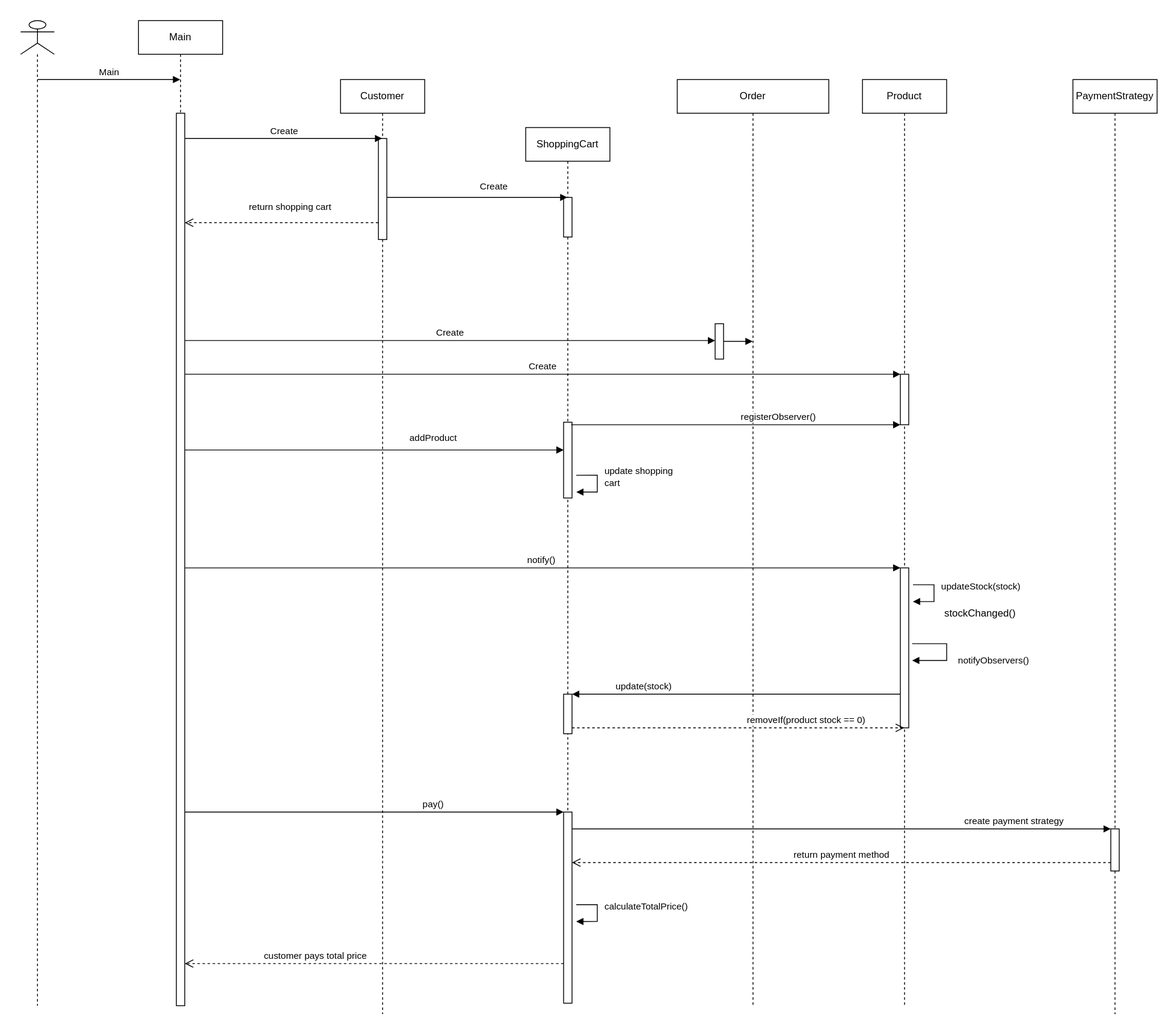
The draw.io diagram Diagrams/Sequence Diagram.svg in sinanisik/Software-Design-Patterns-Project-1, before a commit. Source tidied: cells renumbered, new cells last; positions are measured from the earlier drawing's top-left corner, leaving out a move shared by most shapes. The source it was exported from:
```xml
<mxGraphModel>
  <root>
    <mxCell id="0" />
    <mxCell id="1" parent="0" />
    <mxCell id="2" style="shape=umlLifeline;participant=umlActor;perimeter=lifelinePerimeter;whiteSpace=wrap;html=1;verticalAlign=top;spacingTop=36;" parent="1" vertex="1">
      <mxGeometry width="40" height="1170" as="geometry" />
    </mxCell>
    <mxCell id="3" value="Main" style="shape=umlLifeline;perimeter=lifelinePerimeter;whiteSpace=wrap;html=1;outlineConnect=0;" parent="1" vertex="1">
      <mxGeometry x="140" width="100" height="1170" as="geometry" />
    </mxCell>
    <mxCell id="4" style="html=1;points=[];perimeter=orthogonalPerimeter;" parent="3" vertex="1">
      <mxGeometry x="45" y="110" width="10" height="1060" as="geometry" />
    </mxCell>
    <mxCell id="5" value="Customer" style="shape=umlLifeline;perimeter=lifelinePerimeter;whiteSpace=wrap;html=1;outlineConnect=0;" parent="1" vertex="1">
      <mxGeometry x="380" y="70" width="100" height="1110" as="geometry" />
    </mxCell>
    <mxCell id="6" style="html=1;points=[];perimeter=orthogonalPerimeter;" parent="5" vertex="1">
      <mxGeometry x="45" y="70" width="10" height="120" as="geometry" />
    </mxCell>
    <mxCell id="7" value="ShoppingCart" style="shape=umlLifeline;perimeter=lifelinePerimeter;whiteSpace=wrap;html=1;outlineConnect=0;" parent="1" vertex="1">
      <mxGeometry x="600" y="127" width="100" height="1040" as="geometry" />
    </mxCell>
    <mxCell id="8" style="html=1;perimeter=orthogonalPerimeter;" parent="7" vertex="1">
      <mxGeometry x="45" y="83" width="10" height="47" as="geometry" />
    </mxCell>
    <mxCell id="9" style="html=1;points=[];perimeter=orthogonalPerimeter;" parent="7" vertex="1">
      <mxGeometry x="45" y="350" width="10" height="90" as="geometry" />
    </mxCell>
    <mxCell id="10" style="html=1;points=[];perimeter=orthogonalPerimeter;" parent="7" vertex="1">
      <mxGeometry x="45" y="673" width="10" height="47" as="geometry" />
    </mxCell>
    <mxCell id="11" style="html=1;points=[];perimeter=orthogonalPerimeter;" parent="7" vertex="1">
      <mxGeometry x="45" y="813" width="10" height="227" as="geometry" />
    </mxCell>
    <mxCell id="12" value="Product" style="shape=umlLifeline;perimeter=lifelinePerimeter;whiteSpace=wrap;html=1;outlineConnect=0;" parent="1" vertex="1">
      <mxGeometry x="1000" y="70" width="100" height="1100" as="geometry" />
    </mxCell>
    <mxCell id="13" style="html=1;points=[];perimeter=orthogonalPerimeter;" parent="12" vertex="1">
      <mxGeometry x="45" y="350" width="10" height="60" as="geometry" />
    </mxCell>
    <mxCell id="14" style="html=1;points=[];perimeter=orthogonalPerimeter;" parent="12" vertex="1">
      <mxGeometry x="45" y="580" width="10" height="190" as="geometry" />
    </mxCell>
    <mxCell id="15" value="Order" style="shape=umlLifeline;perimeter=lifelinePerimeter;whiteSpace=wrap;html=1;outlineConnect=0;" parent="1" vertex="1">
      <mxGeometry x="780" y="70" width="180" height="1100" as="geometry" />
    </mxCell>
    <mxCell id="16" style="html=1;points=[];perimeter=orthogonalPerimeter;" parent="15" vertex="1">
      <mxGeometry x="45" y="290" width="10" height="42" as="geometry" />
    </mxCell>
    <mxCell id="17" style="html=1;verticalAlign=bottom;endArrow=block;" parent="15" edge="1" source="16" target="15">
      <mxGeometry relative="1" as="geometry" />
    </mxCell>
    <mxCell id="18" value="PaymentStrategy" style="shape=umlLifeline;perimeter=lifelinePerimeter;whiteSpace=wrap;html=1;" parent="1" vertex="1">
      <mxGeometry x="1250" y="70" width="100" height="1110" as="geometry" />
    </mxCell>
    <mxCell id="19" style="html=1;points=[];perimeter=orthogonalPerimeter;" parent="18" vertex="1">
      <mxGeometry x="45" y="890" width="10" height="50" as="geometry" />
    </mxCell>
    <mxCell id="20" value="Main" style="html=1;verticalAlign=bottom;endArrow=block;" parent="1" edge="1" target="3">
      <mxGeometry relative="1" as="geometry">
        <mxPoint x="20" y="70" as="sourcePoint" />
      </mxGeometry>
    </mxCell>
    <mxCell id="21" value="Create" style="html=1;verticalAlign=bottom;endArrow=block;" parent="1" edge="1" target="5">
      <mxGeometry relative="1" as="geometry">
        <mxPoint x="195" y="140" as="sourcePoint" />
      </mxGeometry>
    </mxCell>
    <mxCell id="22" value="Create" style="html=1;verticalAlign=bottom;endArrow=block;" parent="1" edge="1" source="6" target="7">
      <mxGeometry x="0.18" y="4" relative="1" as="geometry">
        <Array as="points">
          <mxPoint x="610" y="210" />
        </Array>
      </mxGeometry>
    </mxCell>
    <mxCell id="23" value="return shopping cart" style="html=1;verticalAlign=bottom;endArrow=open;dashed=1;endSize=8;" parent="1" edge="1" source="6" target="4">
      <mxGeometry x="-0.09" y="-10" relative="1" as="geometry">
        <Array as="points">
          <mxPoint x="350" y="240" />
        </Array>
      </mxGeometry>
    </mxCell>
    <mxCell id="24" value="Create" style="html=1;verticalAlign=bottom;endArrow=block;" parent="1" edge="1" source="4" target="13">
      <mxGeometry relative="1" as="geometry">
        <Array as="points">
          <mxPoint x="715" y="420" />
        </Array>
      </mxGeometry>
    </mxCell>
    <mxCell id="25" value="Create" style="html=1;verticalAlign=bottom;endArrow=block;" parent="1" edge="1" source="4" target="16">
      <mxGeometry x="0.67" y="-210" relative="1" as="geometry">
        <Array as="points">
          <mxPoint x="720" y="380" />
        </Array>
        <mxPoint x="-210" y="-210" as="offset" />
      </mxGeometry>
    </mxCell>
    <mxCell id="26" value="registerObserver()" style="html=1;verticalAlign=bottom;endArrow=block;entryX=0.1;entryY=0.889;entryDx=0;entryDy=0;entryPerimeter=0;" parent="1" edge="1">
      <mxGeometry x="0.26" relative="1" as="geometry">
        <mxPoint x="654" y="480" as="sourcePoint" />
        <mxPoint x="1045" y="480" as="targetPoint" />
        <Array as="points">
          <mxPoint x="834" y="480" />
        </Array>
      </mxGeometry>
    </mxCell>
    <mxCell id="27" value="addProduct" style="html=1;verticalAlign=bottom;endArrow=block;" parent="1" edge="1" source="4" target="9">
      <mxGeometry x="0.31" y="5" relative="1" as="geometry">
        <Array as="points">
          <mxPoint x="320" y="510" />
        </Array>
      </mxGeometry>
    </mxCell>
    <mxCell id="28" value="update shopping&lt;br&gt;cart" style="edgeStyle=orthogonalEdgeStyle;html=1;align=left;spacingLeft=2;endArrow=block;rounded=0;entryX=1.5;entryY=0.922;entryDx=0;entryDy=0;entryPerimeter=0;" parent="1" edge="1" target="9">
      <mxGeometry x="-0.23" y="5" relative="1" as="geometry">
        <mxPoint x="660" y="540" as="sourcePoint" />
        <Array as="points">
          <mxPoint x="685" y="540" />
          <mxPoint x="685" y="560" />
        </Array>
      </mxGeometry>
    </mxCell>
    <mxCell id="29" value="notify()&amp;nbsp;" style="html=1;verticalAlign=bottom;endArrow=block;" parent="1" edge="1" source="4" target="14">
      <mxGeometry relative="1" as="geometry">
        <Array as="points">
          <mxPoint x="720" y="650" />
        </Array>
      </mxGeometry>
    </mxCell>
    <mxCell id="30" value="update(stock)" style="html=1;verticalAlign=bottom;endArrow=block;" parent="1" edge="1" source="14" target="10">
      <mxGeometry x="0.57" relative="1" as="geometry">
        <mxPoint x="1" as="offset" />
      </mxGeometry>
    </mxCell>
    <mxCell id="31" value="removeIf(product stock == 0)" style="html=1;verticalAlign=bottom;endArrow=open;dashed=1;endSize=8;" parent="1" edge="1" source="10" target="12">
      <mxGeometry x="0.41" relative="1" as="geometry">
        <Array as="points">
          <mxPoint x="680" y="840" />
        </Array>
      </mxGeometry>
    </mxCell>
    <mxCell id="32" value="updateStock(stock)" style="edgeStyle=orthogonalEdgeStyle;html=1;align=left;spacingLeft=2;endArrow=block;rounded=0;entryX=1.5;entryY=0.922;entryDx=0;entryDy=0;entryPerimeter=0;" parent="1" edge="1">
      <mxGeometry x="-0.23" y="5" relative="1" as="geometry">
        <mxPoint x="1060" y="670.1" as="sourcePoint" />
        <mxPoint x="1060" y="690" as="targetPoint" />
        <Array as="points">
          <mxPoint x="1085" y="670.1" />
          <mxPoint x="1085" y="690.1" />
        </Array>
      </mxGeometry>
    </mxCell>
    <mxCell id="33" value="stockChanged()" style="text;align=center;fontStyle=0;verticalAlign=middle;spacingLeft=3;spacingRight=3;strokeColor=none;" parent="1" vertex="1">
      <mxGeometry x="1100" y="690" width="80" height="26" as="geometry" />
    </mxCell>
    <mxCell id="34" value="notifyObservers()" style="edgeStyle=orthogonalEdgeStyle;html=1;align=left;spacingLeft=2;endArrow=block;rounded=0;entryX=1.5;entryY=0.922;entryDx=0;entryDy=0;entryPerimeter=0;" parent="1" edge="1">
      <mxGeometry x="0.19" y="10" relative="1" as="geometry">
        <mxPoint x="1059" y="740.1" as="sourcePoint" />
        <mxPoint x="1059" y="760" as="targetPoint" />
        <Array as="points">
          <mxPoint x="1100" y="740" />
          <mxPoint x="1100" y="760" />
        </Array>
        <mxPoint x="10" y="-10" as="offset" />
      </mxGeometry>
    </mxCell>
    <mxCell id="35" value="pay()" style="html=1;verticalAlign=bottom;endArrow=block;" parent="1" edge="1" source="4" target="11">
      <mxGeometry x="0.31" relative="1" as="geometry">
        <Array as="points">
          <mxPoint x="450" y="940" />
        </Array>
      </mxGeometry>
    </mxCell>
    <mxCell id="36" value="create payment strategy" style="html=1;verticalAlign=bottom;endArrow=block;" parent="1" edge="1" source="11" target="19">
      <mxGeometry x="0.64" relative="1" as="geometry">
        <Array as="points">
          <mxPoint x="924" y="960" />
        </Array>
      </mxGeometry>
    </mxCell>
    <mxCell id="37" value="return payment method" style="html=1;verticalAlign=bottom;endArrow=open;dashed=1;endSize=8;" parent="1" edge="1" source="19" target="11">
      <mxGeometry relative="1" as="geometry">
        <Array as="points">
          <mxPoint x="1240" y="1000" />
        </Array>
      </mxGeometry>
    </mxCell>
    <mxCell id="38" value="customer pays total price" style="html=1;verticalAlign=bottom;endArrow=open;dashed=1;endSize=8;" parent="1" edge="1" source="11" target="4">
      <mxGeometry x="0.31" relative="1" as="geometry">
        <Array as="points">
          <mxPoint x="600" y="1120" />
          <mxPoint x="475" y="1120" />
          <mxPoint x="300" y="1120" />
        </Array>
      </mxGeometry>
    </mxCell>
    <mxCell id="39" value="calculateTotalPrice()" style="edgeStyle=orthogonalEdgeStyle;html=1;align=left;spacingLeft=2;endArrow=block;rounded=0;entryX=1.5;entryY=0.922;entryDx=0;entryDy=0;entryPerimeter=0;" parent="1" edge="1">
      <mxGeometry x="-0.23" y="5" relative="1" as="geometry">
        <mxPoint x="660" y="1050.1" as="sourcePoint" />
        <mxPoint x="660" y="1070" as="targetPoint" />
        <Array as="points">
          <mxPoint x="685" y="1050.1" />
          <mxPoint x="685" y="1070.1" />
        </Array>
      </mxGeometry>
    </mxCell>
  </root>
</mxGraphModel>
```
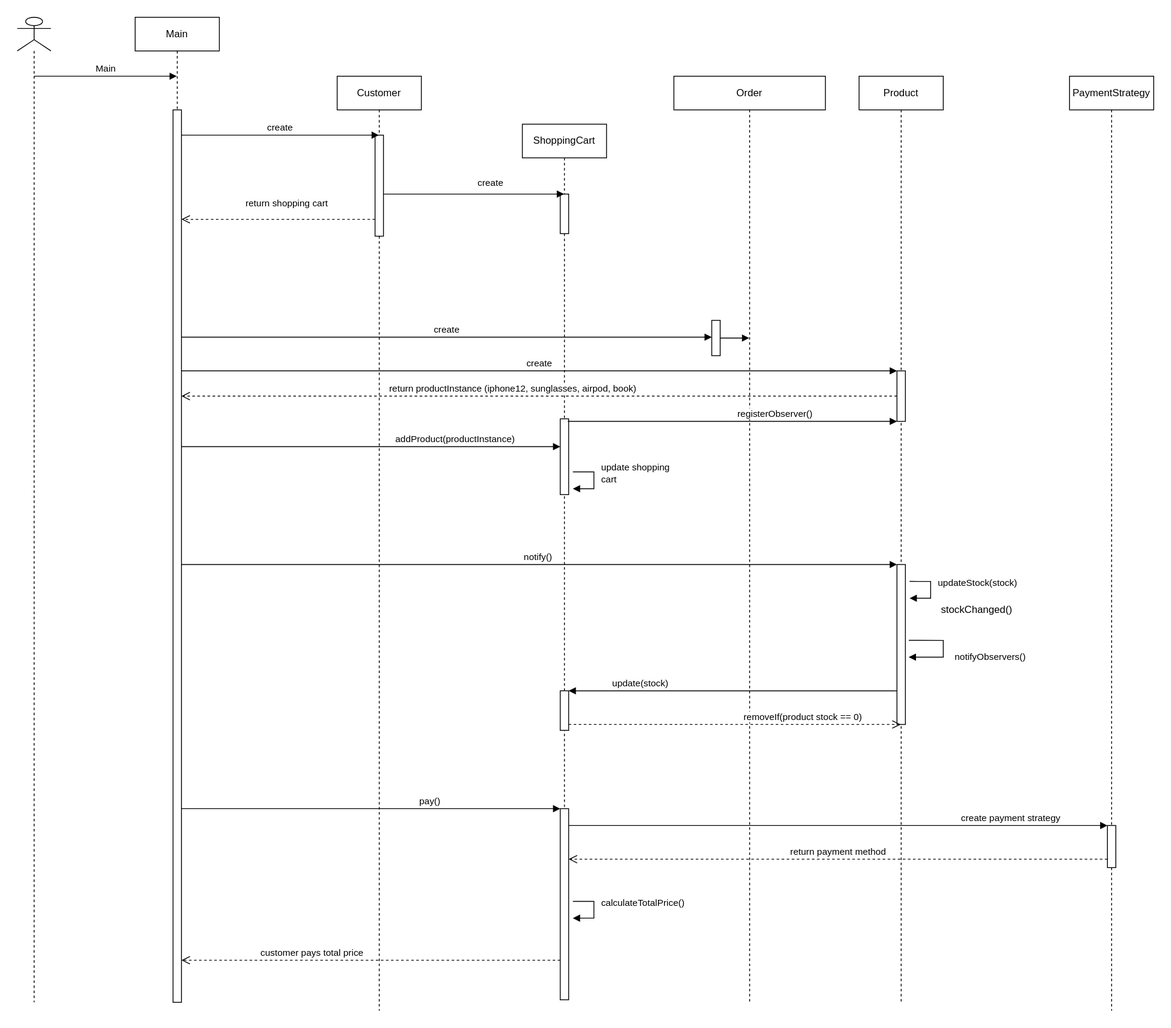
Later version of the same file.

What changed in the source:
```diff
@@ -61,12 +61,12 @@
         <mxPoint x="20" y="70" as="sourcePoint" />
       </mxGeometry>
     </mxCell>
-    <mxCell id="21" value="Create" style="html=1;verticalAlign=bottom;endArrow=block;" parent="1" edge="1" target="5">
+    <mxCell id="21" value="create" style="html=1;verticalAlign=bottom;endArrow=block;" parent="1" edge="1" target="5">
       <mxGeometry relative="1" as="geometry">
         <mxPoint x="195" y="140" as="sourcePoint" />
       </mxGeometry>
     </mxCell>
-    <mxCell id="22" value="Create" style="html=1;verticalAlign=bottom;endArrow=block;" parent="1" edge="1" source="6" target="7">
+    <mxCell id="22" value="create" style="html=1;verticalAlign=bottom;endArrow=block;" parent="1" edge="1" source="6" target="7">
       <mxGeometry x="0.18" y="4" relative="1" as="geometry">
         <Array as="points">
           <mxPoint x="610" y="210" />
@@ -80,14 +80,14 @@
         </Array>
       </mxGeometry>
     </mxCell>
-    <mxCell id="24" value="Create" style="html=1;verticalAlign=bottom;endArrow=block;" parent="1" edge="1" source="4" target="13">
+    <mxCell id="24" value="create" style="html=1;verticalAlign=bottom;endArrow=block;" parent="1" edge="1" source="4" target="13">
       <mxGeometry relative="1" as="geometry">
         <Array as="points">
           <mxPoint x="715" y="420" />
         </Array>
       </mxGeometry>
     </mxCell>
-    <mxCell id="25" value="Create" style="html=1;verticalAlign=bottom;endArrow=block;" parent="1" edge="1" source="4" target="16">
+    <mxCell id="25" value="create" style="html=1;verticalAlign=bottom;endArrow=block;" parent="1" edge="1" source="4" target="16">
       <mxGeometry x="0.67" y="-210" relative="1" as="geometry">
         <Array as="points">
           <mxPoint x="720" y="380" />
@@ -104,8 +104,8 @@
         </Array>
       </mxGeometry>
     </mxCell>
-    <mxCell id="27" value="addProduct" style="html=1;verticalAlign=bottom;endArrow=block;" parent="1" edge="1" source="4" target="9">
-      <mxGeometry x="0.31" y="5" relative="1" as="geometry">
+    <mxCell id="27" value="addProduct(productInstance)" style="html=1;verticalAlign=bottom;endArrow=block;" parent="1" edge="1" source="4" target="9">
+      <mxGeometry x="0.44" relative="1" as="geometry">
         <Array as="points">
           <mxPoint x="320" y="510" />
         </Array>
@@ -203,5 +203,13 @@
         </Array>
       </mxGeometry>
     </mxCell>
+    <mxCell id="40" value="return productInstance (iphone12, sunglasses, airpod, book)&amp;nbsp;" style="html=1;verticalAlign=bottom;endArrow=open;dashed=1;endSize=8;" parent="1" edge="1" source="13" target="4">
+      <mxGeometry x="0.07" relative="1" as="geometry">
+        <Array as="points">
+          <mxPoint x="975" y="450" />
+          <mxPoint x="680" y="450" />
+        </Array>
+      </mxGeometry>
+    </mxCell>
   </root>
 </mxGraphModel>
```
